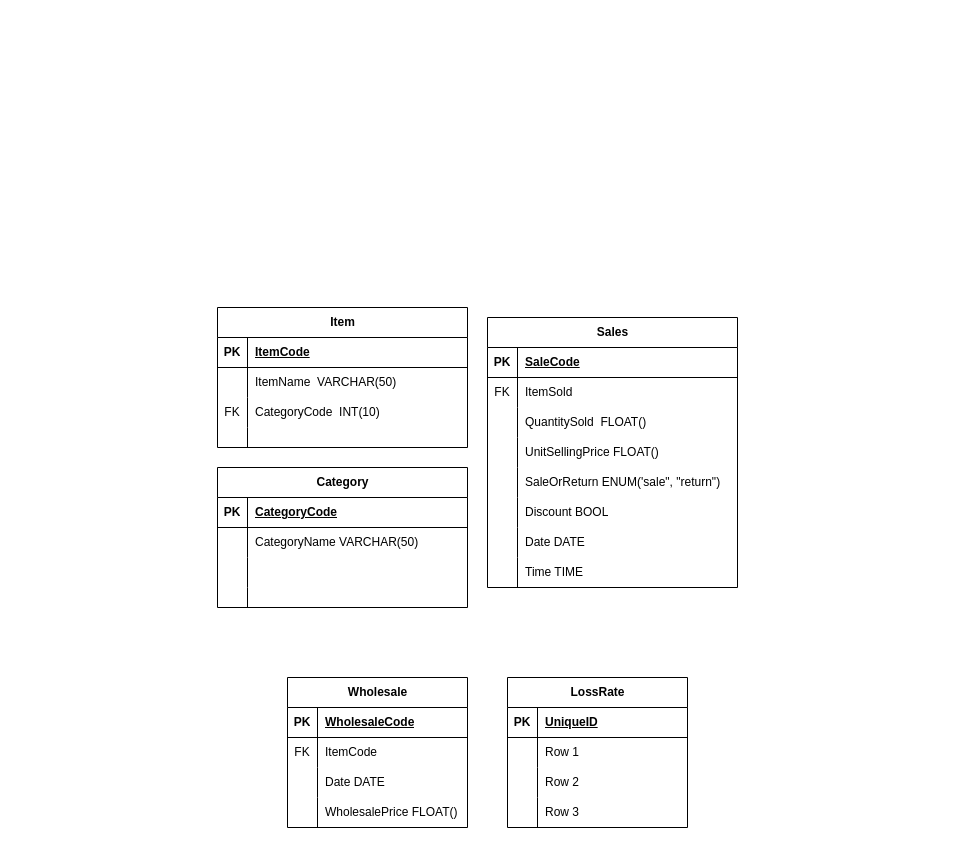
Earlier version of the draw.io diagram SQLTP.drawio (DamianPiuselli/Diagrams). Source tidied: cells renumbered, new cells numbered last; positions are measured from the earlier drawing's top-left corner, leaving out a move shared by most shapes. Both pictures are drawn from the tidied source at 100%, with x=0, y=0 at pixel (217, 307).
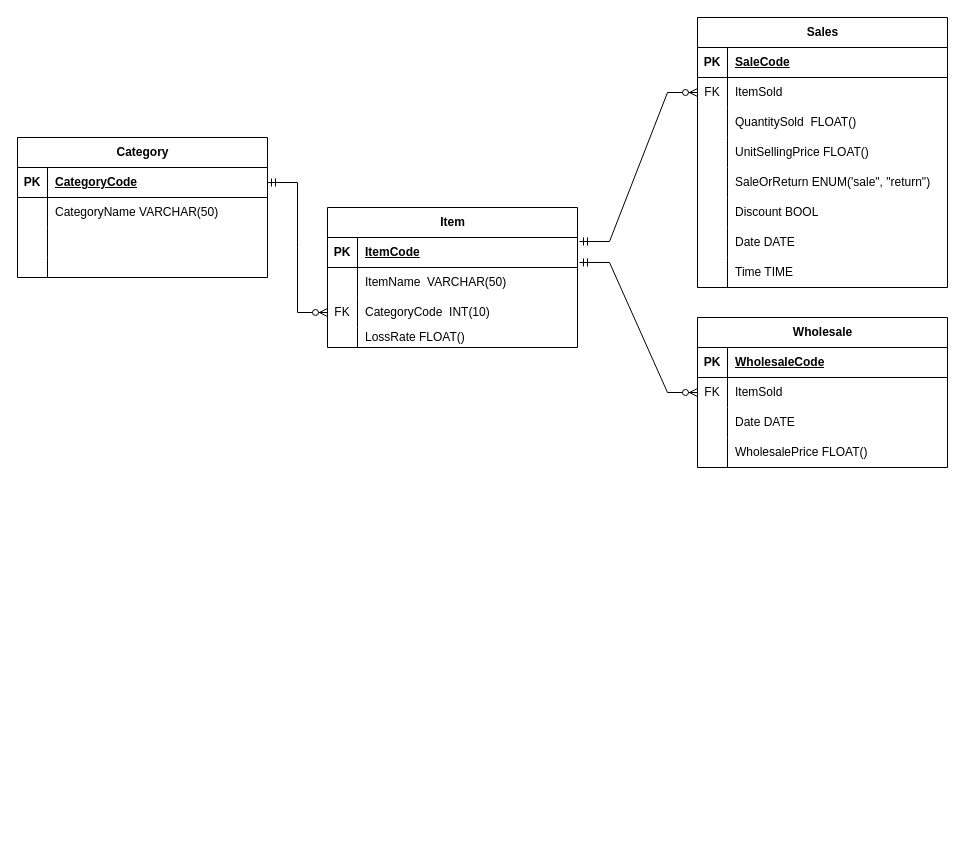
Above is the later version.

Unchanged cells that the change refers to:
```xml
<mxCell id="3" style="shape=tableRow;horizontal=0;startSize=0;swimlaneHead=0;swimlaneBody=0;fillColor=none;points=[[0,0.5],[1,0.5]];portConstraint=eastwest;top=0;left=0;right=0;bottom=1;" parent="2" vertex="1">
  <mxGeometry y="30" width="250" height="30" as="geometry" />
</mxCell>
<mxCell id="9" style="shape=tableRow;horizontal=0;startSize=0;swimlaneHead=0;swimlaneBody=0;fillColor=none;points=[[0,0.5],[1,0.5]];portConstraint=eastwest;top=0;left=0;right=0;bottom=0;" parent="2" vertex="1">
  <mxGeometry y="90" width="250" height="30" as="geometry" />
</mxCell>
<mxCell id="12" style="shape=tableRow;horizontal=0;startSize=0;swimlaneHead=0;swimlaneBody=0;fillColor=none;top=0;left=0;right=0;bottom=0;" parent="2" vertex="1">
  <mxGeometry y="120" width="250" height="20" as="geometry" />
</mxCell>
<mxCell id="16" style="shape=tableRow;horizontal=0;startSize=0;swimlaneHead=0;swimlaneBody=0;fillColor=none;points=[[0,0.5],[1,0.5]];portConstraint=eastwest;top=0;left=0;right=0;bottom=1;" parent="15" vertex="1">
  <mxGeometry y="30" width="250" height="30" as="geometry" />
</mxCell>
<mxCell id="32" style="shape=tableRow;horizontal=0;startSize=0;swimlaneHead=0;swimlaneBody=0;fillColor=none;points=[[0,0.5],[1,0.5]];portConstraint=eastwest;top=0;left=0;right=0;bottom=0;" parent="28" vertex="1">
  <mxGeometry y="60" width="250" height="30" as="geometry" />
</mxCell>
```

Diff of the diagram source:
```diff
@@
     <mxCell id="2" value="Item" style="shape=table;startSize=30;childLayout=tableLayout;rowLines=0;fontStyle=1;align=center;html=1;" parent="1" vertex="1">
-      <mxGeometry width="250" height="140" as="geometry" />
+      <mxGeometry x="110" y="-100" width="250" height="140" as="geometry" />
     </mxCell>
@@
-    <mxCell id="14" style="shape=partialRectangle;fillColor=none;top=0;left=0;bottom=0;right=0;align=left;spacingLeft=6;overflow=hidden;whiteSpace=wrap;html=1;" parent="12" vertex="1">
+    <mxCell id="14" value="LossRate FLOAT()" style="shape=partialRectangle;fillColor=none;top=0;left=0;bottom=0;right=0;align=left;spacingLeft=6;overflow=hidden;whiteSpace=wrap;html=1;" parent="12" vertex="1">
       <mxGeometry x="30" width="220" height="20" as="geometry" />
     </mxCell>
     <mxCell id="15" value="Category" style="shape=table;startSize=30;childLayout=tableLayout;rowLines=0;fontStyle=1;align=center;html=1;" parent="1" vertex="1">
-      <mxGeometry y="160" width="250" height="140" as="geometry" />
+      <mxGeometry x="-200" y="-170" width="250" height="140" as="geometry" />
     </mxCell>
@@
     <mxCell id="28" value="Sales" style="shape=table;startSize=30;childLayout=tableLayout;rowLines=0;fontStyle=1;align=center;html=1;" parent="1" vertex="1">
-      <mxGeometry x="270" y="10" width="250" height="270" as="geometry" />
+      <mxGeometry x="480" y="-290" width="250" height="270" as="geometry" />
     </mxCell>
@@
     <mxCell id="53" value="Wholesale" style="shape=table;startSize=30;childLayout=tableLayout;rowLines=0;fontStyle=1;align=center;html=1;" parent="1" vertex="1">
-      <mxGeometry x="70" y="370" width="180" height="150" as="geometry" />
+      <mxGeometry x="480" y="10" width="250" height="150" as="geometry" />
     </mxCell>
     <mxCell id="54" style="shape=tableRow;horizontal=0;startSize=0;swimlaneHead=0;swimlaneBody=0;fillColor=none;top=0;left=0;right=0;bottom=1;" parent="53" vertex="1">
-      <mxGeometry y="30" width="180" height="30" as="geometry" />
+      <mxGeometry y="30" width="250" height="30" as="geometry" />
     </mxCell>
@@
     <mxCell id="56" value="WholesaleCode" style="shape=partialRectangle;fillColor=none;top=0;left=0;bottom=0;right=0;align=left;spacingLeft=6;fontStyle=5;overflow=hidden;whiteSpace=wrap;html=1;" parent="54" vertex="1">
-      <mxGeometry x="30" width="150" height="30" as="geometry" />
+      <mxGeometry x="30" width="220" height="30" as="geometry" />
     </mxCell>
     <mxCell id="57" style="shape=tableRow;horizontal=0;startSize=0;swimlaneHead=0;swimlaneBody=0;fillColor=none;points=[[0,0.5],[1,0.5]];portConstraint=eastwest;top=0;left=0;right=0;bottom=0;" parent="53" vertex="1">
-      <mxGeometry y="60" width="180" height="30" as="geometry" />
+      <mxGeometry y="60" width="250" height="30" as="geometry" />
     </mxCell>
@@
-    <mxCell id="59" value="ItemCode" style="shape=partialRectangle;fillColor=none;top=0;left=0;bottom=0;right=0;align=left;spacingLeft=6;overflow=hidden;whiteSpace=wrap;html=1;" parent="57" vertex="1">
-      <mxGeometry x="30" width="150" height="30" as="geometry" />
+    <mxCell id="59" value="ItemSold" style="shape=partialRectangle;fillColor=none;top=0;left=0;bottom=0;right=0;align=left;spacingLeft=6;overflow=hidden;whiteSpace=wrap;html=1;" parent="57" vertex="1">
+      <mxGeometry x="30" width="220" height="30" as="geometry" />
     </mxCell>
     <mxCell id="60" style="shape=tableRow;horizontal=0;startSize=0;swimlaneHead=0;swimlaneBody=0;fillColor=none;top=0;left=0;right=0;bottom=0;" parent="53" vertex="1">
-      <mxGeometry y="90" width="180" height="30" as="geometry" />
+      <mxGeometry y="90" width="250" height="30" as="geometry" />
     </mxCell>
@@
     <mxCell id="62" value="Date DATE" style="shape=partialRectangle;fillColor=none;top=0;left=0;bottom=0;right=0;align=left;spacingLeft=6;overflow=hidden;whiteSpace=wrap;html=1;" parent="60" vertex="1">
-      <mxGeometry x="30" width="150" height="30" as="geometry" />
+      <mxGeometry x="30" width="220" height="30" as="geometry" />
     </mxCell>
     <mxCell id="63" style="shape=tableRow;horizontal=0;startSize=0;swimlaneHead=0;swimlaneBody=0;fillColor=none;top=0;left=0;right=0;bottom=0;" parent="53" vertex="1">
-      <mxGeometry y="120" width="180" height="30" as="geometry" />
+      <mxGeometry y="120" width="250" height="30" as="geometry" />
     </mxCell>
@@
     <mxCell id="65" value="WholesalePrice FLOAT()" style="shape=partialRectangle;fillColor=none;top=0;left=0;bottom=0;right=0;align=left;spacingLeft=6;overflow=hidden;whiteSpace=wrap;html=1;" parent="63" vertex="1">
-      <mxGeometry x="30" width="150" height="30" as="geometry" />
+      <mxGeometry x="30" width="220" height="30" as="geometry" />
     </mxCell>
-    <mxCell id="66" value="LossRate" style="shape=table;startSize=30;childLayout=tableLayout;rowLines=0;fontStyle=1;align=center;html=1;" parent="1" vertex="1">
-      <mxGeometry x="290" y="370" width="180" height="150" as="geometry" />
-    </mxCell>
-    <mxCell id="67" style="shape=tableRow;horizontal=0;startSize=0;swimlaneHead=0;swimlaneBody=0;fillColor=none;top=0;left=0;right=0;bottom=1;" parent="66" vertex="1">
-      <mxGeometry y="30" width="180" height="30" as="geometry" />
-    </mxCell>
-    <mxCell id="68" value="PK" style="shape=partialRectangle;fillColor=none;top=0;left=0;bottom=0;right=0;fontStyle=1;overflow=hidden;whiteSpace=wrap;html=1;" parent="67" vertex="1">
-      <mxGeometry width="30" height="30" as="geometry" />
-    </mxCell>
-    <mxCell id="69" value="UniqueID" style="shape=partialRectangle;fillColor=none;top=0;left=0;bottom=0;right=0;align=left;spacingLeft=6;fontStyle=5;overflow=hidden;whiteSpace=wrap;html=1;" parent="67" vertex="1">
-      <mxGeometry x="30" width="150" height="30" as="geometry" />
-    </mxCell>
-    <mxCell id="70" style="shape=tableRow;horizontal=0;startSize=0;swimlaneHead=0;swimlaneBody=0;fillColor=none;top=0;left=0;right=0;bottom=0;" parent="66" vertex="1">
-      <mxGeometry y="60" width="180" height="30" as="geometry" />
-    </mxCell>
-    <mxCell id="71" style="shape=partialRectangle;fillColor=none;top=0;left=0;bottom=0;right=0;overflow=hidden;whiteSpace=wrap;html=1;" parent="70" vertex="1">
-      <mxGeometry width="30" height="30" as="geometry" />
-    </mxCell>
-    <mxCell id="72" value="Row 1" style="shape=partialRectangle;fillColor=none;top=0;left=0;bottom=0;right=0;align=left;spacingLeft=6;overflow=hidden;whiteSpace=wrap;html=1;" parent="70" vertex="1">
-      <mxGeometry x="30" width="150" height="30" as="geometry" />
-    </mxCell>
-    <mxCell id="73" style="shape=tableRow;horizontal=0;startSize=0;swimlaneHead=0;swimlaneBody=0;fillColor=none;top=0;left=0;right=0;bottom=0;" parent="66" vertex="1">
-      <mxGeometry y="90" width="180" height="30" as="geometry" />
-    </mxCell>
-    <mxCell id="74" style="shape=partialRectangle;fillColor=none;top=0;left=0;bottom=0;right=0;overflow=hidden;whiteSpace=wrap;html=1;" parent="73" vertex="1">
-      <mxGeometry width="30" height="30" as="geometry" />
-    </mxCell>
-    <mxCell id="75" value="Row 2" style="shape=partialRectangle;fillColor=none;top=0;left=0;bottom=0;right=0;align=left;spacingLeft=6;overflow=hidden;whiteSpace=wrap;html=1;" parent="73" vertex="1">
-      <mxGeometry x="30" width="150" height="30" as="geometry" />
-    </mxCell>
-    <mxCell id="76" style="shape=tableRow;horizontal=0;startSize=0;swimlaneHead=0;swimlaneBody=0;fillColor=none;top=0;left=0;right=0;bottom=0;" parent="66" vertex="1">
-      <mxGeometry y="120" width="180" height="30" as="geometry" />
-    </mxCell>
-    <mxCell id="77" style="shape=partialRectangle;fillColor=none;top=0;left=0;bottom=0;right=0;overflow=hidden;whiteSpace=wrap;html=1;" parent="76" vertex="1">
-      <mxGeometry width="30" height="30" as="geometry" />
-    </mxCell>
-    <mxCell id="78" value="Row 3" style="shape=partialRectangle;fillColor=none;top=0;left=0;bottom=0;right=0;align=left;spacingLeft=6;overflow=hidden;whiteSpace=wrap;html=1;" parent="76" vertex="1">
-      <mxGeometry x="30" width="150" height="30" as="geometry" />
-    </mxCell>
+    <mxCell id="79" style="edgeStyle=entityRelationEdgeStyle;fontSize=12;html=1;endArrow=ERzeroToMany;endFill=1;rounded=0;exitX=1;exitY=0.5;exitDx=0;exitDy=0;entryX=0;entryY=0.5;entryDx=0;entryDy=0;startArrow=ERmandOne;startFill=0;" parent="1" edge="1" source="16" target="9">
+      <mxGeometry relative="1" as="geometry" />
+    </mxCell>
+    <mxCell id="80" style="edgeStyle=entityRelationEdgeStyle;fontSize=12;html=1;endArrow=ERzeroToMany;startArrow=ERmandOne;rounded=0;startFill=0;exitX=1.008;exitY=0.133;exitDx=0;exitDy=0;exitPerimeter=0;" parent="1" edge="1" source="3" target="32">
+      <mxGeometry relative="1" as="geometry" />
+    </mxCell>
+    <mxCell id="81" style="edgeStyle=entityRelationEdgeStyle;fontSize=12;html=1;endArrow=ERzeroToMany;startArrow=ERmandOne;rounded=0;startFill=0;exitX=1.008;exitY=0.833;exitDx=0;exitDy=0;exitPerimeter=0;entryX=0;entryY=0.5;entryDx=0;entryDy=0;" parent="1" edge="1" source="3" target="57">
+      <mxGeometry relative="1" as="geometry" />
+    </mxCell>
```
